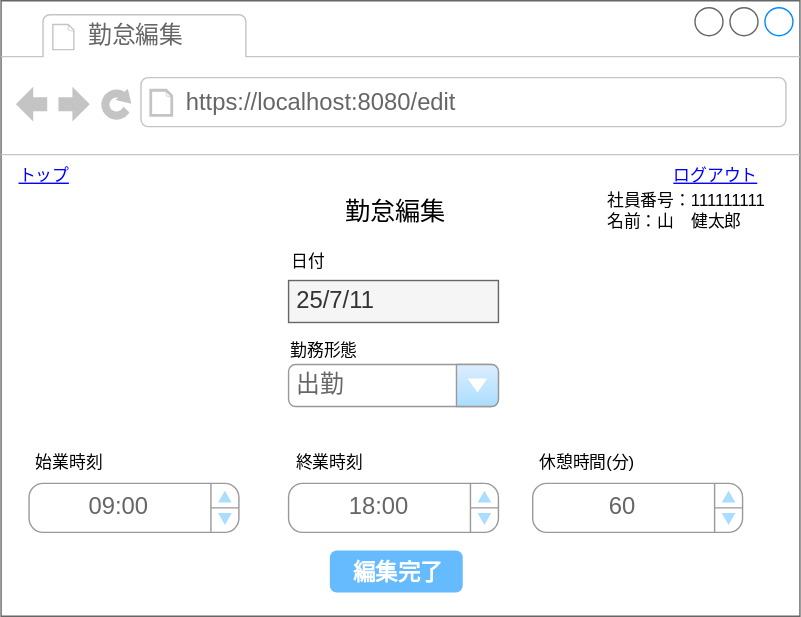
This is 02_基本設計/画面設計図/22_edit.drawio.svg from ICT-Training-2026/team-project-15, a draw.io export, as it was before one commit. Source tidied: cells renumbered, new cells last; positions are measured from the earlier drawing's top-left corner, leaving out a move shared by most shapes.
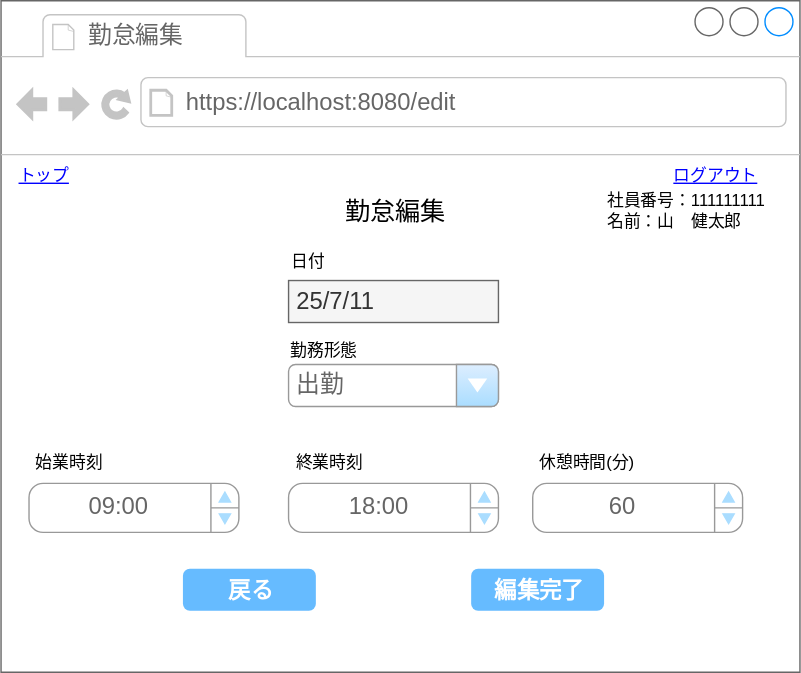
The same diagram one commit later.

Change to the diagram source:
```diff
@@ -3,7 +3,7 @@
     <mxCell id="0" />
     <mxCell id="1" parent="0" />
     <mxCell id="2" style="strokeWidth=1;shadow=0;dashed=0;align=center;html=1;shape=mxgraph.mockup.containers.browserWindow;rSize=0;strokeColor=#666666;strokeColor2=#008cff;strokeColor3=#c4c4c4;mainText=,;" parent="1" vertex="1">
-      <mxGeometry width="571" height="440" as="geometry" />
+      <mxGeometry width="571" height="480" as="geometry" />
     </mxCell>
     <mxCell id="3" value="勤怠編集" style="strokeWidth=1;shadow=0;dashed=0;align=center;html=1;shape=mxgraph.mockup.containers.anchor;fontSize=17;fontColor=#666666;align=left;whiteSpace=wrap;" parent="2" vertex="1">
       <mxGeometry x="60" y="12" width="110" height="26" as="geometry" />
@@ -45,7 +45,7 @@
       <mxGeometry x="431" y="130" width="140" height="40" as="geometry" />
     </mxCell>
     <mxCell id="16" value="編集完了" style="strokeWidth=1;shadow=0;dashed=0;align=center;html=1;shape=mxgraph.mockup.forms.rrect;rSize=5;strokeColor=none;fontColor=#ffffff;fillColor=#66bbff;fontSize=16;fontStyle=1;" parent="2" vertex="1">
-      <mxGeometry x="235" y="393" width="95" height="30" as="geometry" />
+      <mxGeometry x="336" y="406" width="95" height="30" as="geometry" />
     </mxCell>
     <mxCell id="17" value="&lt;table cellpadding=&quot;0&quot; cellspacing=&quot;0&quot; style=&quot;width:100%;height:100%;&quot;&gt;&lt;tbody&gt;&lt;tr&gt;&lt;td style=&quot;width:85%&quot;&gt;60&lt;/td&gt;&lt;td style=&quot;width:15%&quot;&gt;&lt;/td&gt;&lt;/tr&gt;&lt;/tbody&gt;&lt;/table&gt;" style="strokeWidth=1;shadow=0;dashed=0;align=center;html=1;shape=mxgraph.mockup.forms.spinner;strokeColor=#999999;spinLayout=right;spinStyle=normal;adjStyle=triangle;fillColor=#aaddff;fontSize=17;fontColor=#666666;mainText=;html=1;overflow=fill;" parent="2" vertex="1">
       <mxGeometry x="380" y="345" width="150" height="35" as="geometry" />
@@ -56,5 +56,8 @@
     <mxCell id="19" value="&lt;table cellpadding=&quot;0&quot; cellspacing=&quot;0&quot; style=&quot;width:100%;height:100%;&quot;&gt;&lt;tbody&gt;&lt;tr&gt;&lt;td style=&quot;width:85%&quot;&gt;09:00&lt;/td&gt;&lt;td style=&quot;width:15%&quot;&gt;&lt;/td&gt;&lt;/tr&gt;&lt;/tbody&gt;&lt;/table&gt;" style="strokeWidth=1;shadow=0;dashed=0;align=center;html=1;shape=mxgraph.mockup.forms.spinner;strokeColor=#999999;spinLayout=right;spinStyle=normal;adjStyle=triangle;fillColor=#aaddff;fontSize=17;fontColor=#666666;mainText=;html=1;overflow=fill;" parent="2" vertex="1">
       <mxGeometry x="20" y="345" width="150" height="35" as="geometry" />
     </mxCell>
+    <mxCell id="20" value="戻る" style="strokeWidth=1;shadow=0;dashed=0;align=center;html=1;shape=mxgraph.mockup.forms.rrect;rSize=5;strokeColor=none;fontColor=#ffffff;fillColor=#66bbff;fontSize=16;fontStyle=1;" parent="2" vertex="1">
+      <mxGeometry x="130" y="406" width="95" height="30" as="geometry" />
+    </mxCell>
   </root>
 </mxGraphModel>
```
